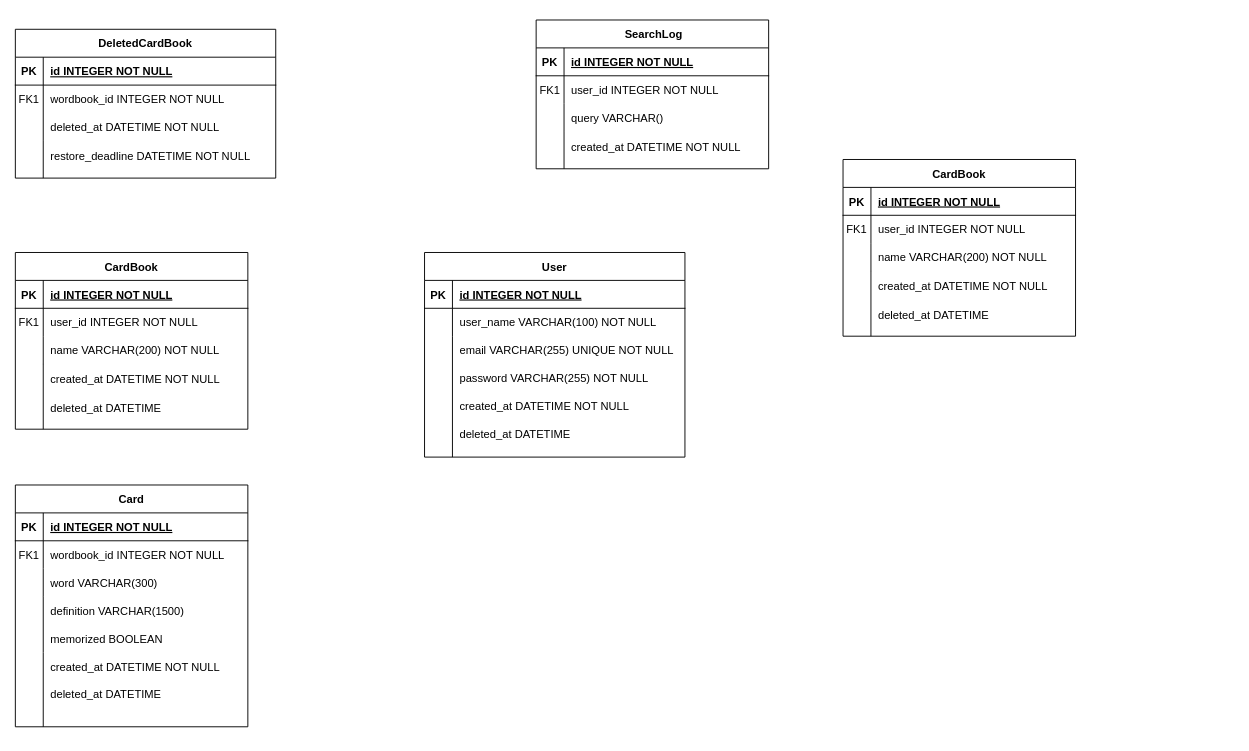
Before: tango_er.drawio in osakanae/tango, a draw.io diagram. Source tidied: cells renumbered, new cells numbered last; positions are measured from the earlier drawing's top-left corner, leaving out a move shared by most shapes. Both pictures are drawn from the tidied source at 93%, with x=0, y=0 at pixel (15, 20).
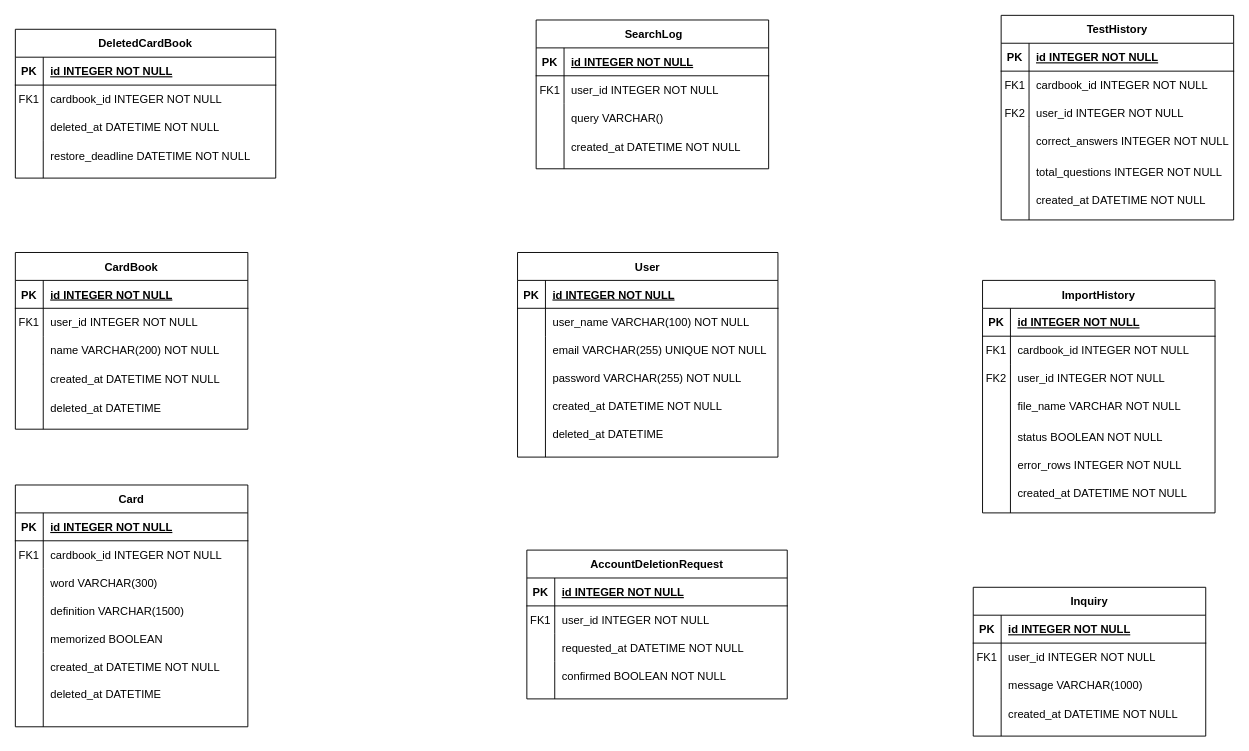
Above is the later version.

Commit message:
テーブルを追加

The change refers to these unchanged cells:
```xml
<mxCell id="38" style="shape=partialRectangle;fillColor=none;top=0;left=0;right=0;bottom=0;" parent="34" vertex="1">
  <mxGeometry y="60" width="280" height="30" as="geometry" />
</mxCell>
<mxCell id="55" style="shape=partialRectangle;fillColor=none;top=0;left=0;right=0;bottom=0;" parent="51" vertex="1">
  <mxGeometry y="60" width="250" height="30" as="geometry" />
</mxCell>
<mxCell id="88" style="shape=partialRectangle;fillColor=none;top=0;left=0;right=0;bottom=0;" parent="84" vertex="1">
  <mxGeometry y="60" width="250" height="30" as="geometry" />
</mxCell>
<mxCell id="91" style="shape=partialRectangle;fillColor=none;points=[[0,0.5],[1,0.5]];portConstraint=eastwest;top=0;left=0;right=0;bottom=0;" parent="84" vertex="1">
  <mxGeometry y="90" width="250" height="30" as="geometry" />
</mxCell>
```

What changed in the source:
```diff
@@
     <mxCell id="2" style="group;" parent="1" vertex="1">
-      <mxGeometry x="440" y="250" width="280" height="220" as="geometry" />
+      <mxGeometry x="540" y="250" width="280" height="220" as="geometry" />
     </mxCell>
@@
-    <mxCell id="40" value="wordbook_id INTEGER NOT NULL" style="shape=partialRectangle;overflow=hidden;fillColor=none;top=0;left=0;bottom=0;right=0;align=left;spacingLeft=6;" parent="38" vertex="1">
+    <mxCell id="40" value="cardbook_id INTEGER NOT NULL" style="shape=partialRectangle;overflow=hidden;fillColor=none;top=0;left=0;bottom=0;right=0;align=left;spacingLeft=6;" parent="38" vertex="1">
       <mxGeometry x="30" width="250" height="30" as="geometry" />
     </mxCell>
@@
-    <mxCell id="57" value="wordbook_id INTEGER NOT NULL" style="shape=partialRectangle;overflow=hidden;fillColor=none;top=0;left=0;bottom=0;right=0;align=left;spacingLeft=6;" parent="55" vertex="1">
+    <mxCell id="57" value="cardbook_id INTEGER NOT NULL" style="shape=partialRectangle;overflow=hidden;fillColor=none;top=0;left=0;bottom=0;right=0;align=left;spacingLeft=6;" parent="55" vertex="1">
       <mxGeometry x="30" width="220" height="30" as="geometry" />
     </mxCell>
@@
     <mxCell id="81" style="group;" parent="1" vertex="1">
-      <mxGeometry x="890" y="150" width="250" height="190" as="geometry" />
+      <mxGeometry x="1060" y="-5" width="250" height="220" as="geometry" />
     </mxCell>
     <mxCell id="82" style="endArrow=none;html=1;rounded=0;entryX=0.12;entryY=0.995;entryDx=0;entryDy=0;entryPerimeter=0;" parent="81" edge="1" target="91">
       <mxGeometry relative="1" as="geometry">
-        <mxPoint x="30" y="190" as="sourcePoint" />
+        <mxPoint x="30" y="220" as="sourcePoint" />
       </mxGeometry>
     </mxCell>
-    <mxCell id="83" style="group;" parent="81" vertex="1">
-      <mxGeometry width="250" height="190" as="geometry" />
-    </mxCell>
-    <mxCell id="84" value="CardBook" style="shape=table;startSize=30;childLayout=tableLayout;rowLines=0;fontStyle=1;align=center;" parent="83" vertex="1">
-      <mxGeometry width="250" height="190" as="geometry" />
+    <mxCell id="84" value="TestHistory" style="shape=table;startSize=30;childLayout=tableLayout;rowLines=0;fontStyle=1;align=center;" parent="81" vertex="1">
+      <mxGeometry width="250" height="220" as="geometry" />
     </mxCell>
@@
-    <mxCell id="90" value="user_id INTEGER NOT NULL" style="shape=partialRectangle;overflow=hidden;fillColor=none;top=0;left=0;bottom=0;right=0;align=left;spacingLeft=6;" parent="88" vertex="1">
+    <mxCell id="90" value="cardbook_id INTEGER NOT NULL" style="shape=partialRectangle;overflow=hidden;fillColor=none;top=0;left=0;bottom=0;right=0;align=left;spacingLeft=6;" parent="88" vertex="1">
       <mxGeometry x="30" width="220" height="30" as="geometry" />
     </mxCell>
@@
-    <mxCell id="93" value="name VARCHAR(200) NOT NULL" style="shape=partialRectangle;overflow=hidden;fillColor=none;top=0;left=0;bottom=0;right=0;align=left;spacingLeft=6;" parent="91" vertex="1">
+    <mxCell id="93" value="user_id INTEGER NOT NULL" style="shape=partialRectangle;overflow=hidden;fillColor=none;top=0;left=0;bottom=0;right=0;align=left;spacingLeft=6;" parent="91" vertex="1">
       <mxGeometry x="30" width="220" height="30" as="geometry" />
     </mxCell>
-    <mxCell id="94" value="created_at DATETIME NOT NULL" style="shape=partialRectangle;overflow=hidden;fillColor=none;top=0;left=0;bottom=0;right=0;align=left;spacingLeft=6;" parent="83" vertex="1">
-      <mxGeometry x="30" y="120" width="220" height="31.7" as="geometry" />
+    <mxCell id="94" value="total_questions INTEGER NOT NULL" style="shape=partialRectangle;overflow=hidden;fillColor=none;top=0;left=0;bottom=0;right=0;align=left;spacingLeft=6;" parent="81" vertex="1">
+      <mxGeometry x="30" y="150" width="220" height="36.7" as="geometry" />
     </mxCell>
-    <mxCell id="95" value="deleted_at DATETIME" style="shape=partialRectangle;overflow=hidden;fillColor=none;top=0;left=0;bottom=0;right=0;align=left;spacingLeft=6;" parent="83" vertex="1">
-      <mxGeometry x="30" y="151.7" width="220" height="31.7" as="geometry" />
+    <mxCell id="95" value="created_at DATETIME NOT NULL" style="shape=partialRectangle;overflow=hidden;fillColor=none;top=0;left=0;bottom=0;right=0;align=left;spacingLeft=6;" parent="81" vertex="1">
+      <mxGeometry x="30" y="180" width="220" height="36.7" as="geometry" />
     </mxCell>
+    <mxCell id="96" value="correct_answers INTEGER NOT NULL" style="shape=partialRectangle;overflow=hidden;fillColor=none;top=0;left=0;bottom=0;right=0;align=left;spacingLeft=6;" parent="81" vertex="1">
+      <mxGeometry x="30" y="120" width="220" height="30" as="geometry" />
+    </mxCell>
+    <mxCell id="97" value="FK2" style="shape=partialRectangle;overflow=hidden;fillColor=none;top=0;left=0;bottom=0;right=0;" parent="81" vertex="1">
+      <mxGeometry y="90" width="30" height="30" as="geometry" />
+    </mxCell>
+    <mxCell id="98" style="group;" parent="1" vertex="1">
+      <mxGeometry x="1030" y="610" width="250" height="190" as="geometry" />
+    </mxCell>
+    <mxCell id="99" style="endArrow=none;html=1;rounded=0;entryX=0.12;entryY=0.995;entryDx=0;entryDy=0;entryPerimeter=0;" parent="98" edge="1" target="107">
+      <mxGeometry relative="1" as="geometry">
+        <mxPoint x="30" y="160" as="sourcePoint" />
+      </mxGeometry>
+    </mxCell>
+    <mxCell id="83" style="group;" parent="98" vertex="1">
+      <mxGeometry width="250" height="190" as="geometry" />
+    </mxCell>
+    <mxCell id="100" value="Inquiry" style="shape=table;startSize=30;childLayout=tableLayout;rowLines=0;fontStyle=1;align=center;" parent="83" vertex="1">
+      <mxGeometry width="250" height="160" as="geometry" />
+    </mxCell>
+    <mxCell id="101" style="shape=partialRectangle;fillColor=none;top=0;left=0;right=0;bottom=1;" parent="100" vertex="1">
+      <mxGeometry y="30" width="250" height="30" as="geometry" />
+    </mxCell>
+    <mxCell id="102" value="PK" style="shape=partialRectangle;overflow=hidden;fillColor=none;top=0;left=0;bottom=0;right=0;fontStyle=1;" parent="101" vertex="1">
+      <mxGeometry width="30" height="30" as="geometry" />
+    </mxCell>
+    <mxCell id="103" value="id INTEGER NOT NULL " style="shape=partialRectangle;overflow=hidden;fillColor=none;top=0;left=0;bottom=0;right=0;align=left;spacingLeft=6;fontStyle=5;" parent="101" vertex="1">
+      <mxGeometry x="30" width="220" height="30" as="geometry" />
+    </mxCell>
+    <mxCell id="104" style="shape=partialRectangle;fillColor=none;top=0;left=0;right=0;bottom=0;" parent="100" vertex="1">
+      <mxGeometry y="60" width="250" height="30" as="geometry" />
+    </mxCell>
+    <mxCell id="105" value="FK1" style="shape=partialRectangle;overflow=hidden;fillColor=none;top=0;left=0;bottom=0;right=0;" parent="104" vertex="1">
+      <mxGeometry width="30" height="30" as="geometry" />
+    </mxCell>
+    <mxCell id="106" value="user_id INTEGER NOT NULL" style="shape=partialRectangle;overflow=hidden;fillColor=none;top=0;left=0;bottom=0;right=0;align=left;spacingLeft=6;" parent="104" vertex="1">
+      <mxGeometry x="30" width="220" height="30" as="geometry" />
+    </mxCell>
+    <mxCell id="107" style="shape=partialRectangle;fillColor=none;points=[[0,0.5],[1,0.5]];portConstraint=eastwest;top=0;left=0;right=0;bottom=0;" parent="100" vertex="1">
+      <mxGeometry y="90" width="250" height="30" as="geometry" />
+    </mxCell>
+    <mxCell id="108" style="shape=partialRectangle;overflow=hidden;fillColor=none;top=0;left=0;bottom=0;right=0;" parent="107" vertex="1">
+      <mxGeometry width="30" height="30" as="geometry" />
+    </mxCell>
+    <mxCell id="109" value="message VARCHAR(1000) " style="shape=partialRectangle;overflow=hidden;fillColor=none;top=0;left=0;bottom=0;right=0;align=left;spacingLeft=6;" parent="107" vertex="1">
+      <mxGeometry x="30" width="220" height="30" as="geometry" />
+    </mxCell>
+    <mxCell id="110" value="created_at DATETIME NOT NULL" style="shape=partialRectangle;overflow=hidden;fillColor=none;top=0;left=0;bottom=0;right=0;align=left;spacingLeft=6;" parent="83" vertex="1">
+      <mxGeometry x="30" y="120" width="220" height="31.7" as="geometry" />
+    </mxCell>
+    <mxCell id="111" style="group;" parent="1" vertex="1">
+      <mxGeometry x="1040" y="280" width="250" height="250" as="geometry" />
+    </mxCell>
+    <mxCell id="112" style="endArrow=none;html=1;rounded=0;entryX=0.12;entryY=0.995;entryDx=0;entryDy=0;entryPerimeter=0;" parent="111" edge="1" target="120">
+      <mxGeometry relative="1" as="geometry">
+        <mxPoint x="30" y="250" as="sourcePoint" />
+      </mxGeometry>
+    </mxCell>
+    <mxCell id="113" value="ImportHistory" style="shape=table;startSize=30;childLayout=tableLayout;rowLines=0;fontStyle=1;align=center;" parent="111" vertex="1">
+      <mxGeometry width="250" height="250" as="geometry" />
+    </mxCell>
+    <mxCell id="114" style="shape=partialRectangle;fillColor=none;top=0;left=0;right=0;bottom=1;" parent="113" vertex="1">
+      <mxGeometry y="30" width="250" height="30" as="geometry" />
+    </mxCell>
+    <mxCell id="115" value="PK" style="shape=partialRectangle;overflow=hidden;fillColor=none;top=0;left=0;bottom=0;right=0;fontStyle=1;" parent="114" vertex="1">
+      <mxGeometry width="30" height="30" as="geometry" />
+    </mxCell>
+    <mxCell id="116" value="id INTEGER NOT NULL " style="shape=partialRectangle;overflow=hidden;fillColor=none;top=0;left=0;bottom=0;right=0;align=left;spacingLeft=6;fontStyle=5;" parent="114" vertex="1">
+      <mxGeometry x="30" width="220" height="30" as="geometry" />
+    </mxCell>
+    <mxCell id="117" style="shape=partialRectangle;fillColor=none;top=0;left=0;right=0;bottom=0;" parent="113" vertex="1">
+      <mxGeometry y="60" width="250" height="30" as="geometry" />
+    </mxCell>
+    <mxCell id="118" value="FK1" style="shape=partialRectangle;overflow=hidden;fillColor=none;top=0;left=0;bottom=0;right=0;" parent="117" vertex="1">
+      <mxGeometry width="30" height="30" as="geometry" />
+    </mxCell>
+    <mxCell id="119" value="cardbook_id INTEGER NOT NULL" style="shape=partialRectangle;overflow=hidden;fillColor=none;top=0;left=0;bottom=0;right=0;align=left;spacingLeft=6;" parent="117" vertex="1">
+      <mxGeometry x="30" width="220" height="30" as="geometry" />
+    </mxCell>
+    <mxCell id="120" style="shape=partialRectangle;fillColor=none;points=[[0,0.5],[1,0.5]];portConstraint=eastwest;top=0;left=0;right=0;bottom=0;" parent="113" vertex="1">
+      <mxGeometry y="90" width="250" height="30" as="geometry" />
+    </mxCell>
+    <mxCell id="121" style="shape=partialRectangle;overflow=hidden;fillColor=none;top=0;left=0;bottom=0;right=0;" parent="120" vertex="1">
+      <mxGeometry width="30" height="30" as="geometry" />
+    </mxCell>
+    <mxCell id="122" value="user_id INTEGER NOT NULL" style="shape=partialRectangle;overflow=hidden;fillColor=none;top=0;left=0;bottom=0;right=0;align=left;spacingLeft=6;" parent="120" vertex="1">
+      <mxGeometry x="30" width="220" height="30" as="geometry" />
+    </mxCell>
+    <mxCell id="123" value="status BOOLEAN NOT NULL" style="shape=partialRectangle;overflow=hidden;fillColor=none;top=0;left=0;bottom=0;right=0;align=left;spacingLeft=6;" parent="111" vertex="1">
+      <mxGeometry x="30" y="150" width="220" height="36.7" as="geometry" />
+    </mxCell>
+    <mxCell id="124" value="error_rows INTEGER NOT NULL" style="shape=partialRectangle;overflow=hidden;fillColor=none;top=0;left=0;bottom=0;right=0;align=left;spacingLeft=6;" parent="111" vertex="1">
+      <mxGeometry x="30" y="180" width="220" height="36.7" as="geometry" />
+    </mxCell>
+    <mxCell id="125" value="file_name VARCHAR NOT NULL" style="shape=partialRectangle;overflow=hidden;fillColor=none;top=0;left=0;bottom=0;right=0;align=left;spacingLeft=6;" parent="111" vertex="1">
+      <mxGeometry x="30" y="120" width="220" height="30" as="geometry" />
+    </mxCell>
+    <mxCell id="126" value="created_at DATETIME NOT NULL" style="shape=partialRectangle;overflow=hidden;fillColor=none;top=0;left=0;bottom=0;right=0;align=left;spacingLeft=6;" parent="111" vertex="1">
+      <mxGeometry x="30" y="210" width="220" height="36.7" as="geometry" />
+    </mxCell>
+    <mxCell id="127" value="FK2" style="shape=partialRectangle;overflow=hidden;fillColor=none;top=0;left=0;bottom=0;right=0;" parent="111" vertex="1">
+      <mxGeometry y="90" width="30" height="30" as="geometry" />
+    </mxCell>
+    <mxCell id="128" style="group;" parent="1" vertex="1">
+      <mxGeometry x="550" y="570" width="280" height="160" as="geometry" />
+    </mxCell>
+    <mxCell id="129" value="AccountDeletionRequest" style="shape=table;startSize=30;childLayout=tableLayout;rowLines=0;fontStyle=1;align=center;" parent="128" vertex="1">
+      <mxGeometry width="280" height="160" as="geometry" />
+    </mxCell>
+    <mxCell id="130" style="shape=partialRectangle;fillColor=none;top=0;left=0;right=0;bottom=1;" parent="129" vertex="1">
+      <mxGeometry y="30" width="280" height="30" as="geometry" />
+    </mxCell>
+    <mxCell id="131" value="PK" style="shape=partialRectangle;overflow=hidden;fillColor=none;top=0;left=0;bottom=0;right=0;fontStyle=1;" parent="130" vertex="1">
+      <mxGeometry width="30" height="30" as="geometry" />
+    </mxCell>
+    <mxCell id="132" value="id INTEGER NOT NULL " style="shape=partialRectangle;overflow=hidden;fillColor=none;top=0;left=0;bottom=0;right=0;align=left;spacingLeft=6;fontStyle=5;" parent="130" vertex="1">
+      <mxGeometry x="30" width="250" height="30" as="geometry" />
+    </mxCell>
+    <mxCell id="133" style="shape=partialRectangle;fillColor=none;top=0;left=0;right=0;bottom=0;" parent="129" vertex="1">
+      <mxGeometry y="60" width="280" height="30" as="geometry" />
+    </mxCell>
+    <mxCell id="134" value="FK1" style="shape=partialRectangle;overflow=hidden;fillColor=none;top=0;left=0;bottom=0;right=0;" parent="133" vertex="1">
+      <mxGeometry width="30" height="30" as="geometry" />
+    </mxCell>
+    <mxCell id="135" value="user_id INTEGER NOT NULL" style="shape=partialRectangle;overflow=hidden;fillColor=none;top=0;left=0;bottom=0;right=0;align=left;spacingLeft=6;" parent="133" vertex="1">
+      <mxGeometry x="30" width="250" height="30" as="geometry" />
+    </mxCell>
+    <mxCell id="136" style="shape=partialRectangle;fillColor=none;top=0;left=0;right=0;bottom=0;" parent="129" vertex="1">
+      <mxGeometry y="90" width="280" height="30" as="geometry" />
+    </mxCell>
+    <mxCell id="137" style="shape=partialRectangle;overflow=hidden;fillColor=none;top=0;left=0;bottom=0;right=0;" parent="136" vertex="1">
+      <mxGeometry width="30" height="30" as="geometry" />
+    </mxCell>
+    <mxCell id="138" value="requested_at DATETIME NOT NULL" style="shape=partialRectangle;overflow=hidden;fillColor=none;top=0;left=0;bottom=0;right=0;align=left;spacingLeft=6;" parent="136" vertex="1">
+      <mxGeometry x="30" width="250" height="30" as="geometry" />
+    </mxCell>
+    <mxCell id="139" style="endArrow=none;html=1;rounded=0;" parent="128" edge="1">
+      <mxGeometry relative="1" as="geometry">
+        <mxPoint x="30" y="120" as="sourcePoint" />
+        <mxPoint x="30" y="160" as="targetPoint" />
+      </mxGeometry>
+    </mxCell>
+    <mxCell id="140" value="confirmed BOOLEAN NOT NULL" style="shape=partialRectangle;overflow=hidden;fillColor=none;top=0;left=0;bottom=0;right=0;align=left;spacingLeft=6;" parent="128" vertex="1">
+      <mxGeometry x="30" y="120" width="250" height="30" as="geometry" />
+    </mxCell>
```
